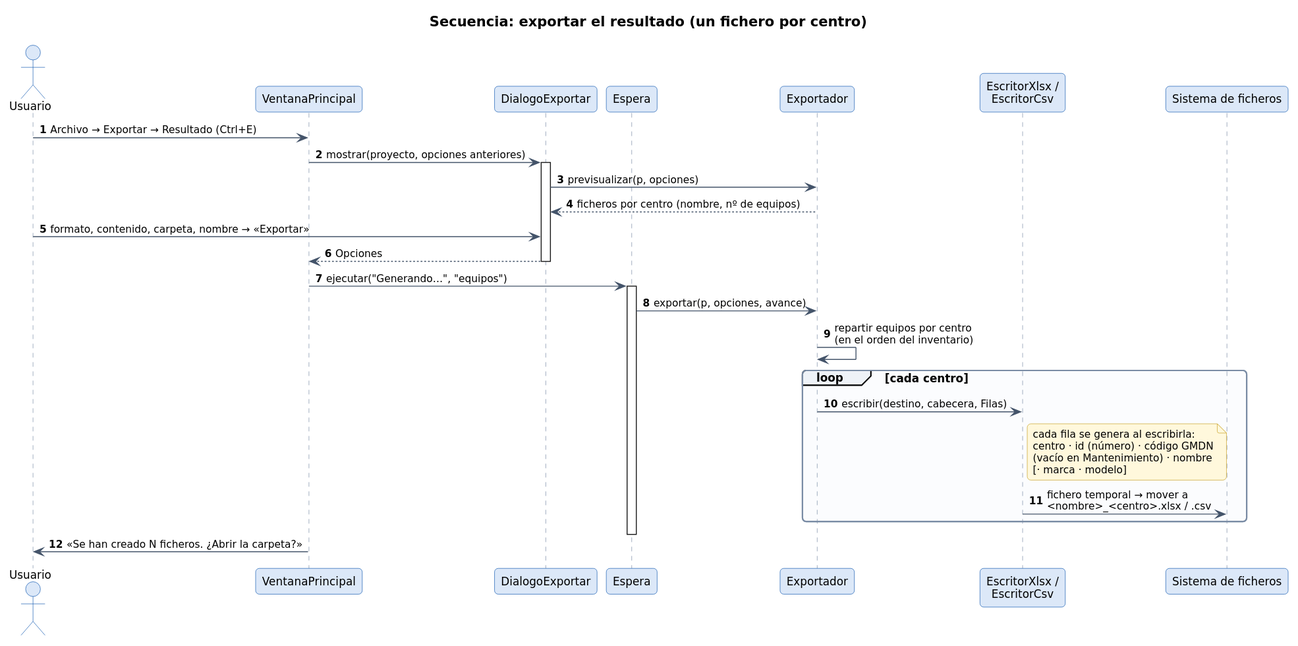
JuanAnanin/catalogador-inventario keeps this PlantUML diagram as documentacion/diagramas-uml/d14_secuencia_exportar.svg. Above is the earlier version.
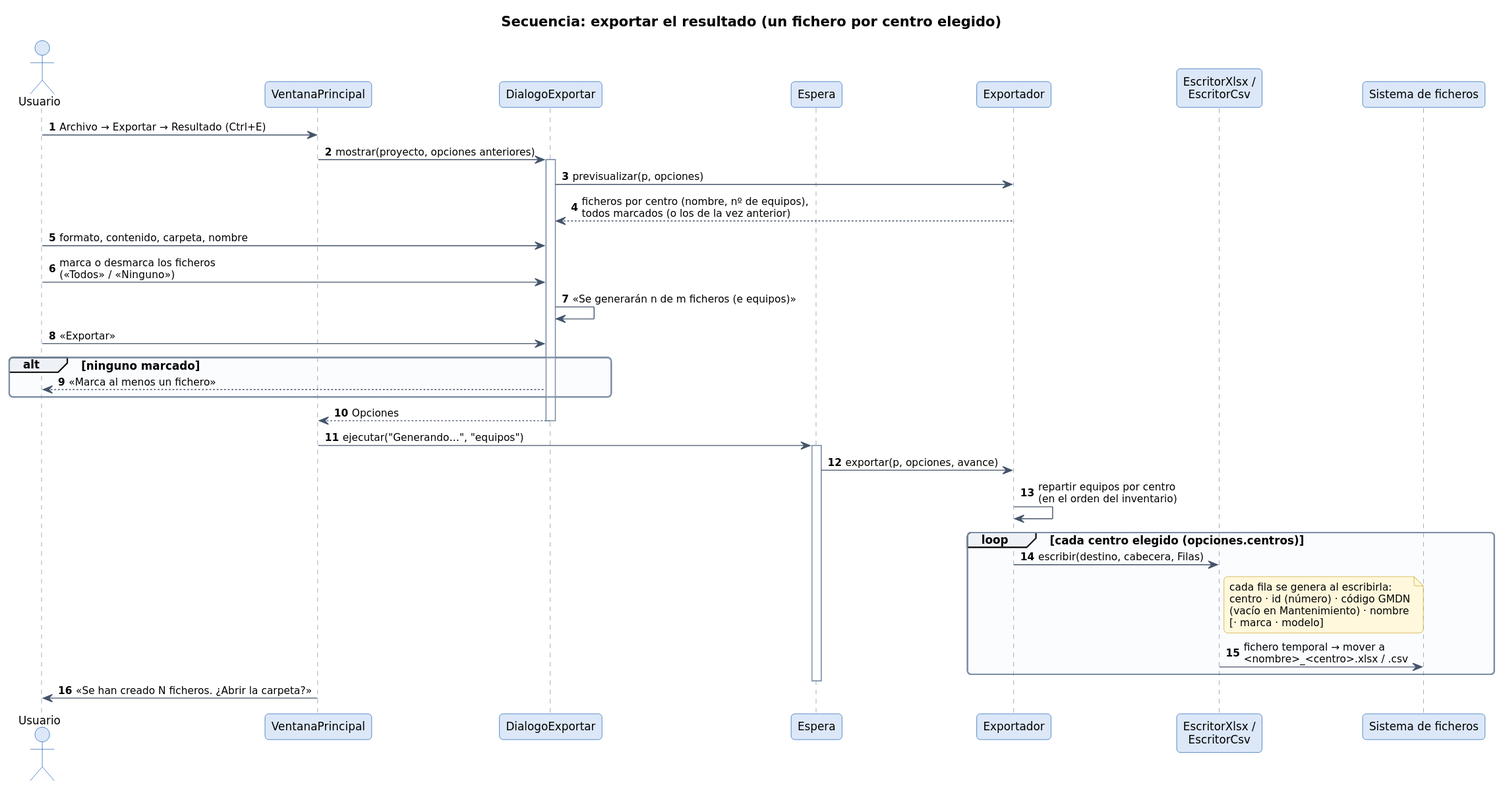
The same file after the commit.

The edit, as a diff of the source:
```diff
@@ -1,6 +1,6 @@
 @startuml
 !include estilo.iuml
-title Secuencia: exportar el resultado (un fichero por centro)
+title Secuencia: exportar el resultado (un fichero por centro elegido)
 autonumber
 actor Usuario
 participant "VentanaPrincipal" as VP
@@ -13,15 +13,21 @@
 VP -> DE : mostrar(proyecto, opciones anteriores)
 activate DE
 DE -> EXP : previsualizar(p, opciones)
-EXP --> DE : ficheros por centro (nombre, nº de equipos)
-Usuario -> DE : formato, contenido, carpeta, nombre → «Exportar»
+EXP --> DE : ficheros por centro (nombre, nº de equipos),\ntodos marcados (o los de la vez anterior)
+Usuario -> DE : formato, contenido, carpeta, nombre
+Usuario -> DE : marca o desmarca los ficheros\n(«Todos» / «Ninguno»)
+DE -> DE : «Se generarán n de m ficheros (e equipos)»
+Usuario -> DE : «Exportar»
+alt ninguno marcado
+  DE --> Usuario : «Marca al menos un fichero»
+end
 DE --> VP : Opciones
 deactivate DE
 VP -> ES : ejecutar("Generando…", "equipos")
 activate ES
 ES -> EXP : exportar(p, opciones, avance)
 EXP -> EXP : repartir equipos por centro\n(en el orden del inventario)
-loop cada centro
+loop cada centro elegido (opciones.centros)
   EXP -> EW : escribir(destino, cabecera, Filas)
   note right of EW
     cada fila se genera al escribirla:
```
